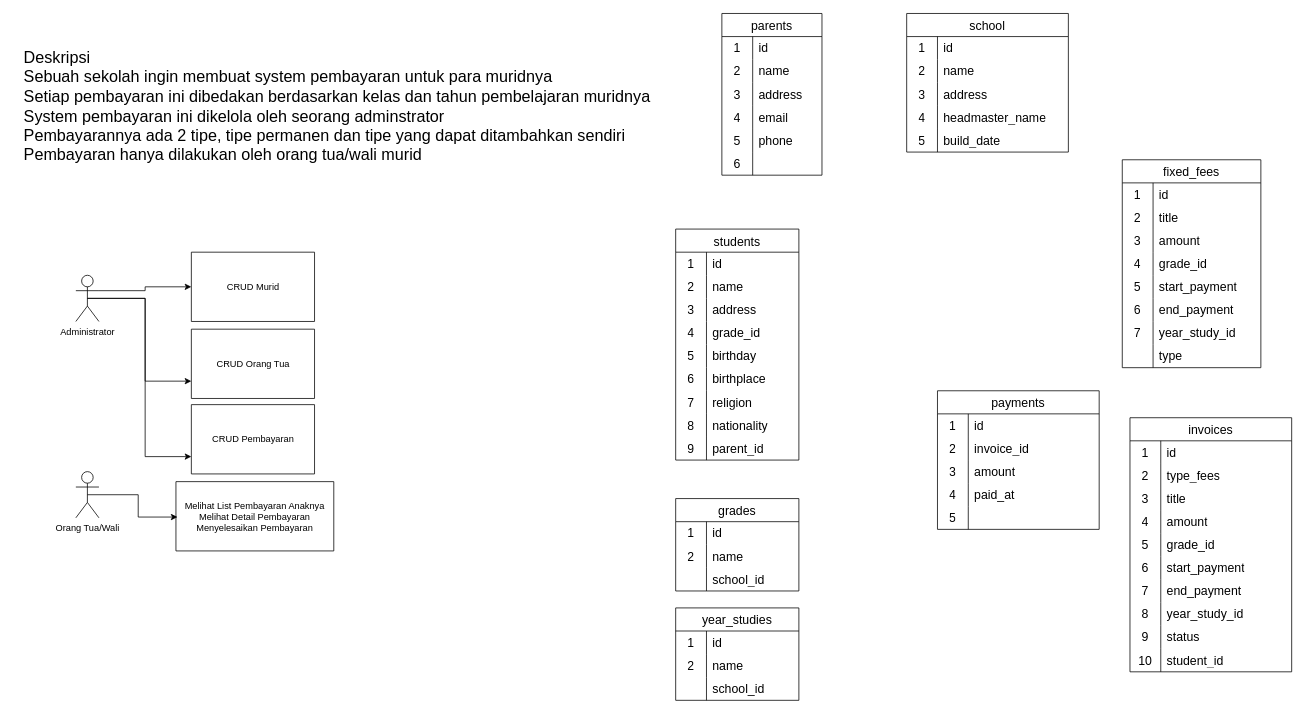
The draw.io diagram school_plan_payment.drawio in hdinjos/hdinjos, before the edit. Source tidied: cells renumbered, new cells numbered last; positions are measured from the earlier drawing's top-left corner, leaving out a move shared by most shapes. Both pictures are drawn from the tidied source at 77%, with x=0, y=0 at pixel (13, 13).
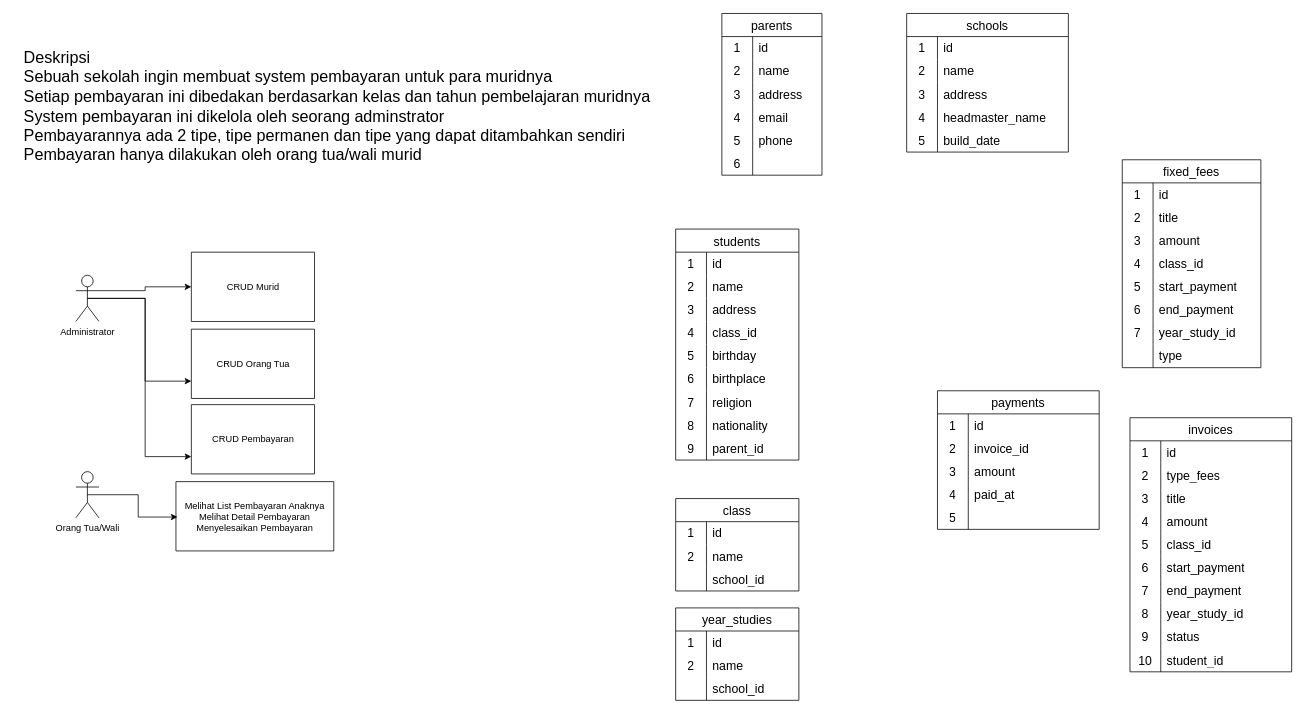
After the change.

Unchanged cells that the change refers to:
```xml
<mxCell id="47" style="shape=tableRow;horizontal=0;startSize=0;swimlaneHead=0;swimlaneBody=0;top=0;left=0;bottom=0;right=0;fillColor=none;strokeColor=inherit;fontSize=16;" parent="37" vertex="1">
  <mxGeometry y="120" width="160" height="30" as="geometry" />
</mxCell>
<mxCell id="75" style="shape=tableRow;horizontal=0;startSize=0;swimlaneHead=0;swimlaneBody=0;top=0;left=0;bottom=0;right=0;fillColor=none;strokeColor=inherit;fontSize=16;" parent="65" vertex="1">
  <mxGeometry y="120" width="180" height="30" as="geometry" />
</mxCell>
<mxCell id="113" style="shape=tableRow;horizontal=0;startSize=0;swimlaneHead=0;swimlaneBody=0;top=0;left=0;bottom=0;right=0;fillColor=none;strokeColor=inherit;fontSize=16;" parent="100" vertex="1">
  <mxGeometry y="150" width="210" height="30" as="geometry" />
</mxCell>
```

What changed in the source:
```diff
@@
-    <mxCell id="2" value="school" style="shape=table;startSize=30;childLayout=tableLayout;rowLines=0;fontStyle=0;strokeColor=default;fontSize=16;" parent="1" vertex="1">
+    <mxCell id="2" value="schools" style="shape=table;startSize=30;childLayout=tableLayout;rowLines=0;fontStyle=0;strokeColor=default;fontSize=16;" parent="1" vertex="1">
       <mxGeometry x="1160" width="210" height="180" as="geometry" />
     </mxCell>
@@
-    <mxCell id="49" value="grade_id" style="shape=partialRectangle;html=1;whiteSpace=wrap;fillColor=none;top=0;left=0;bottom=0;right=0;align=left;spacingLeft=6;overflow=hidden;strokeColor=inherit;fontSize=16;" parent="47" vertex="1">
+    <mxCell id="49" value="class_id" style="shape=partialRectangle;html=1;whiteSpace=wrap;fillColor=none;top=0;left=0;bottom=0;right=0;align=left;spacingLeft=6;overflow=hidden;strokeColor=inherit;fontSize=16;" parent="47" vertex="1">
       <mxGeometry x="40" width="120" height="30" as="geometry" />
     </mxCell>
@@
-    <mxCell id="77" value="grade_id" style="shape=partialRectangle;html=1;whiteSpace=wrap;fillColor=none;top=0;left=0;bottom=0;right=0;align=left;spacingLeft=6;overflow=hidden;strokeColor=inherit;fontSize=16;" parent="75" vertex="1">
+    <mxCell id="77" value="class_id" style="shape=partialRectangle;html=1;whiteSpace=wrap;fillColor=none;top=0;left=0;bottom=0;right=0;align=left;spacingLeft=6;overflow=hidden;strokeColor=inherit;fontSize=16;" parent="75" vertex="1">
       <mxGeometry x="40" width="140" height="30" as="geometry" />
     </mxCell>
@@
-    <mxCell id="90" value="grades" style="shape=table;startSize=30;childLayout=tableLayout;rowLines=0;fontStyle=0;strokeColor=default;fontSize=16;" parent="1" vertex="1">
+    <mxCell id="90" value="class" style="shape=table;startSize=30;childLayout=tableLayout;rowLines=0;fontStyle=0;strokeColor=default;fontSize=16;" parent="1" vertex="1">
       <mxGeometry x="860" y="630" width="160" height="120" as="geometry" />
     </mxCell>
@@
-    <mxCell id="115" value="grade_id" style="shape=partialRectangle;html=1;whiteSpace=wrap;fillColor=none;top=0;left=0;bottom=0;right=0;align=left;spacingLeft=6;overflow=hidden;strokeColor=inherit;fontSize=16;" parent="113" vertex="1">
+    <mxCell id="115" value="class_id" style="shape=partialRectangle;html=1;whiteSpace=wrap;fillColor=none;top=0;left=0;bottom=0;right=0;align=left;spacingLeft=6;overflow=hidden;strokeColor=inherit;fontSize=16;" parent="113" vertex="1">
       <mxGeometry x="40" width="170" height="30" as="geometry" />
     </mxCell>
```
